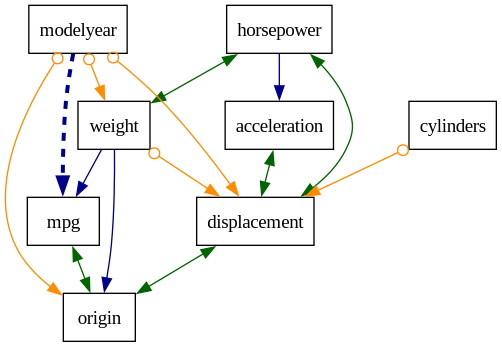
Above: examples/images/auto_mpg_fci_kno.png in Ykabrit/PAGviz (Graphviz), before the change. Its source is kept beside it as examples/dot_files/auto_mpg_fci_kno.dot.
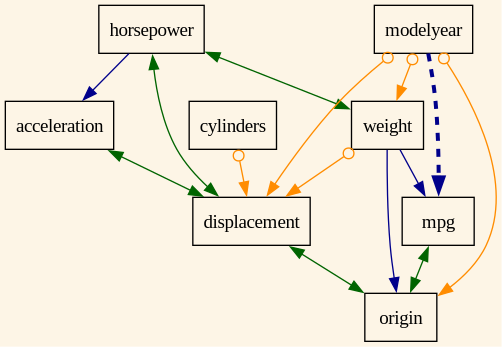
After the change.

The edit, as a diff of the source:
```diff
@@ -1,45 +1,25 @@
 digraph "auto_mpg_fci_kno.txt" {
 bgcolor=OldLace;
-horsepower [shape=box];
-acceleration [shape=box];
-horsepower -> acceleration [dir=forward, arrowtail=none, arrowhead=normal, style="", penwidth=1, color=darkblue];
-modelyear [shape=box];
 mpg [shape=box];
-modelyear -> mpg [dir=forward, arrowtail=none, arrowhead=normal, style=dashed, penwidth=3, color=darkblue];
-weight [shape=box];
-mpg [shape=box];
-weight -> mpg [dir=forward, arrowtail=none, arrowhead=normal, style="", penwidth=1, color=darkblue];
-weight [shape=box];
-origin [shape=box];
-weight -> origin [dir=forward, arrowtail=none, arrowhead=normal, style="", penwidth=1, color=darkblue];
-acceleration [shape=box];
-displacement [shape=box];
-acceleration -> displacement [dir=both, arrowtail=normal, arrowhead=normal, style="", penwidth=1, color=darkgreen];
 cylinders [shape=box];
 displacement [shape=box];
-cylinders -> displacement [dir=both, arrowtail=odot, arrowhead=normal, style="", penwidth=1, color=darkorange];
-displacement [shape=box];
-origin [shape=box];
-displacement -> origin [dir=both, arrowtail=normal, arrowhead=normal, style="", penwidth=1, color=darkgreen];
-horsepower [shape=box];
-displacement [shape=box];
-horsepower -> displacement [dir=both, arrowtail=normal, arrowhead=normal, style="", penwidth=1, color=darkgreen];
 horsepower [shape=box];
 weight [shape=box];
-horsepower -> weight [dir=both, arrowtail=normal, arrowhead=normal, style="", penwidth=1, color=darkgreen];
-modelyear [shape=box];
-displacement [shape=box];
-modelyear -> displacement [dir=both, arrowtail=odot, arrowhead=normal, style="", penwidth=1, color=darkorange];
+acceleration [shape=box];
 modelyear [shape=box];
 origin [shape=box];
+horsepower -> acceleration [dir=forward, arrowtail=none, arrowhead=normal, style="", penwidth=1, color=darkblue];
+modelyear -> mpg [dir=forward, arrowtail=none, arrowhead=normal, style=dashed, penwidth=3, color=darkblue];
+weight -> mpg [dir=forward, arrowtail=none, arrowhead=normal, style="", penwidth=1, color=darkblue];
+weight -> origin [dir=forward, arrowtail=none, arrowhead=normal, style="", penwidth=1, color=darkblue];
+acceleration -> displacement [dir=both, arrowtail=normal, arrowhead=normal, style="", penwidth=1, color=darkgreen];
+cylinders -> displacement [dir=both, arrowtail=odot, arrowhead=normal, style="", penwidth=1, color=darkorange];
+displacement -> origin [dir=both, arrowtail=normal, arrowhead=normal, style="", penwidth=1, color=darkgreen];
+horsepower -> displacement [dir=both, arrowtail=normal, arrowhead=normal, style="", penwidth=1, color=darkgreen];
+horsepower -> weight [dir=both, arrowtail=normal, arrowhead=normal, style="", penwidth=1, color=darkgreen];
+modelyear -> displacement [dir=both, arrowtail=odot, arrowhead=normal, style="", penwidth=1, color=darkorange];
 modelyear -> origin [dir=both, arrowtail=odot, arrowhead=normal, style="", penwidth=1, color=darkorange];
-modelyear [shape=box];
-weight [shape=box];
 modelyear -> weight [dir=both, arrowtail=odot, arrowhead=normal, style="", penwidth=1, color=darkorange];
-mpg [shape=box];
-origin [shape=box];
 mpg -> origin [dir=both, arrowtail=normal, arrowhead=normal, style="", penwidth=1, color=darkgreen];
-weight [shape=box];
-displacement [shape=box];
 weight -> displacement [dir=both, arrowtail=odot, arrowhead=normal, style="", penwidth=1, color=darkorange];
 }
```
